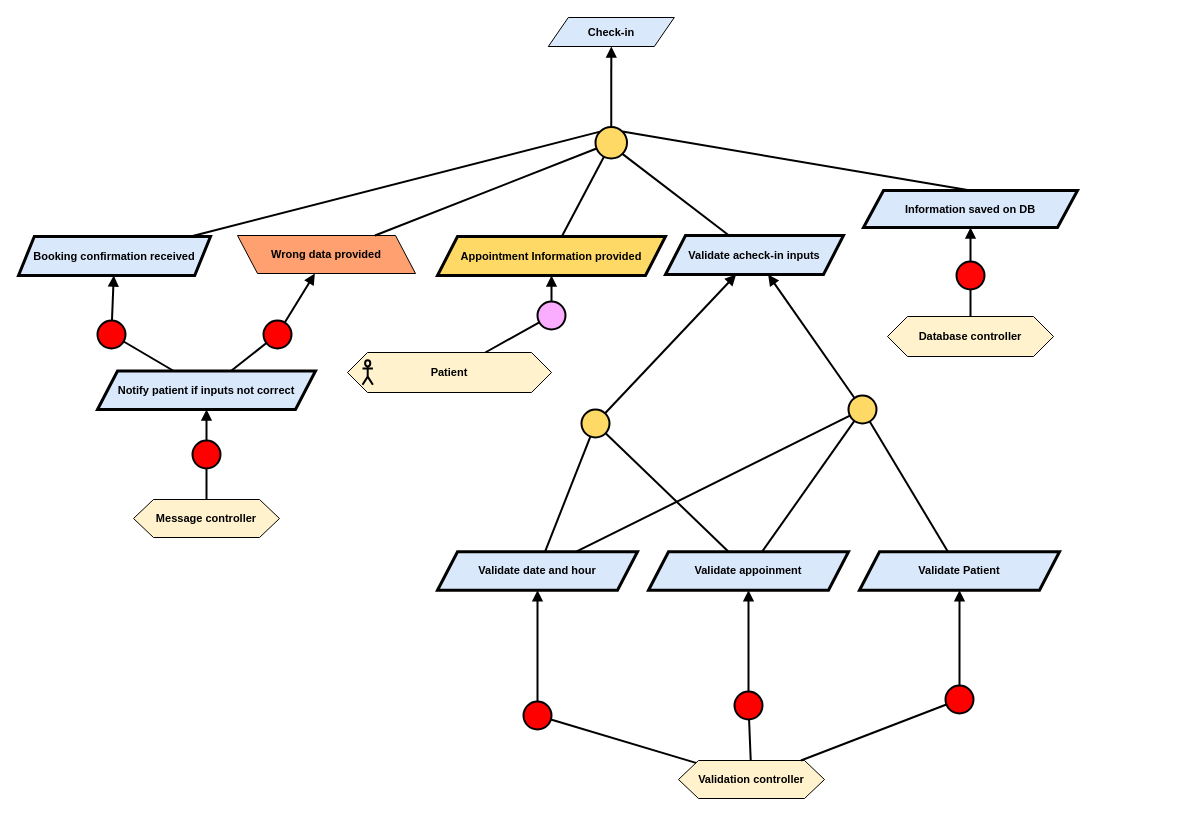
This is Kaos/KAOS 5.drawio from RafaelCMira/myclinic-msp-project, a draw.io file, before an edit. Source tidied: cells renumbered, new cells numbered last; positions are measured from the earlier drawing's top-left corner, leaving out a move shared by most shapes. Both pictures are drawn from the tidied source at 100%, with x=0, y=0 at pixel (18, 17).
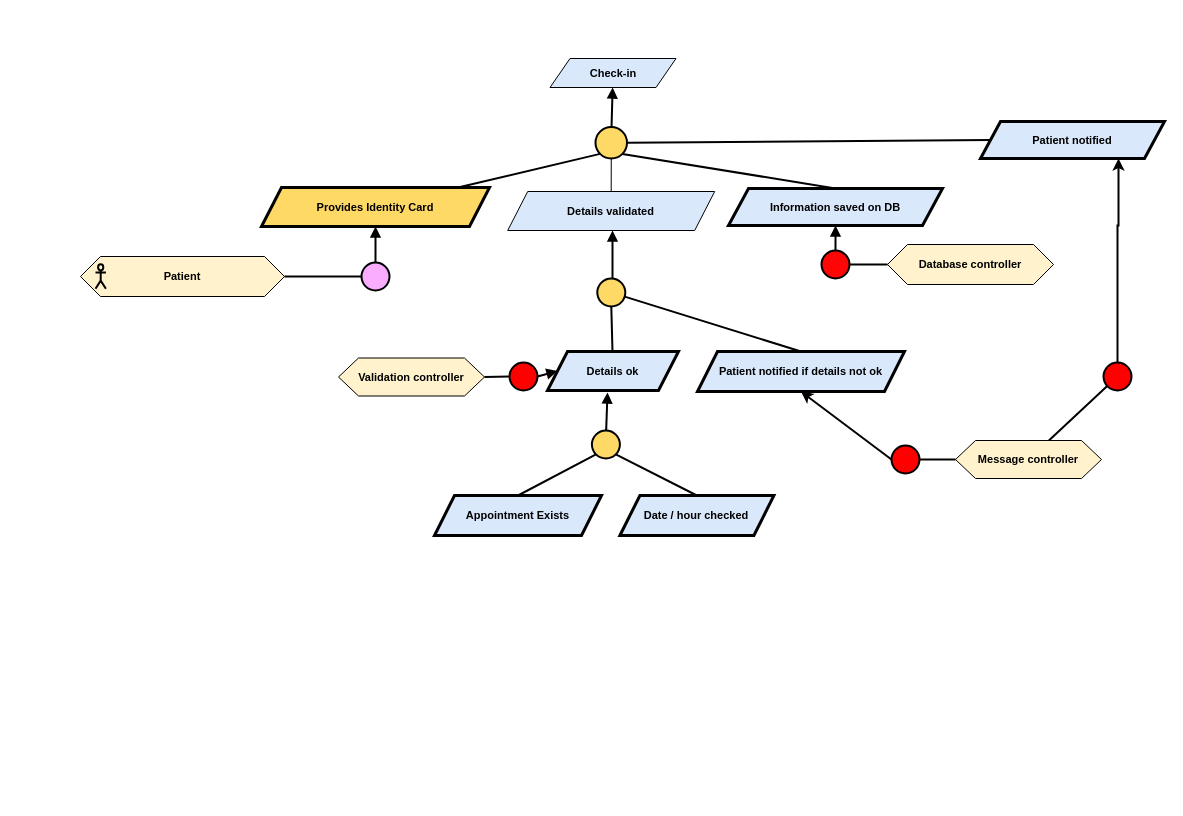
The same diagram, later.

Commit message (it also covers changes not shown here):
KAOS 4 & 5 Reworked

Unchanged cells that the change refers to:
```xml
<mxCell id="13" style="ellipse;whiteSpace=wrap;html=1;fillColor=#FFD966;strokeWidth=2;" parent="1" vertex="1">
  <mxGeometry x="577" y="109.5" width="31.5" height="31.5" as="geometry" />
</mxCell>
```

Change to the diagram source:
```diff
@@
-    <mxCell id="2" value="&lt;div&gt;&lt;b&gt;Validation controller&lt;/b&gt;&lt;/div&gt;" style="shape=hexagon;perimeter=hexagonPerimeter2;whiteSpace=wrap;html=1;fixedSize=1;fillColor=#FFF2CC;fontFamily=Helvetica;fontSize=11;fontColor=default;labelBackgroundColor=none;" parent="1" vertex="1">
-      <mxGeometry x="660" y="743" width="146" height="38" as="geometry" />
-    </mxCell>
-    <mxCell id="3" value="&lt;div&gt;&lt;b&gt;Message controller&lt;/b&gt;&lt;/div&gt;" style="shape=hexagon;perimeter=hexagonPerimeter2;whiteSpace=wrap;html=1;fixedSize=1;fillColor=#FFF2CC;fontFamily=Helvetica;fontSize=11;fontColor=default;labelBackgroundColor=none;" parent="1" vertex="1">
-      <mxGeometry x="115" y="482" width="146" height="38" as="geometry" />
-    </mxCell>
-    <mxCell id="4" value="&lt;b&gt;Booking confirmation received&lt;/b&gt;" style="shape=parallelogram;perimeter=parallelogramPerimeter;whiteSpace=wrap;html=1;fixedSize=1;fillColor=#dae8fc;strokeColor=#000000;strokeWidth=3;fontFamily=Helvetica;fontSize=11;fontColor=default;labelBackgroundColor=none;size=15.809148879277927;" parent="1" vertex="1">
-      <mxGeometry y="219" width="192" height="39" as="geometry" />
-    </mxCell>
-    <mxCell id="5" value="&lt;b&gt;Appointment Information provided&lt;/b&gt;" style="shape=parallelogram;perimeter=parallelogramPerimeter;whiteSpace=wrap;html=1;fixedSize=1;fillColor=#FFD966;strokeColor=#000000;strokeWidth=3;fontFamily=Helvetica;fontSize=11;fontColor=default;labelBackgroundColor=none;" parent="1" vertex="1">
-      <mxGeometry x="419" y="219" width="228" height="39" as="geometry" />
+    <mxCell id="5" value="&lt;b&gt;Provides Identity Card&lt;/b&gt;" style="shape=parallelogram;perimeter=parallelogramPerimeter;whiteSpace=wrap;html=1;fixedSize=1;fillColor=#FFD966;strokeColor=#000000;strokeWidth=3;fontFamily=Helvetica;fontSize=11;fontColor=default;labelBackgroundColor=none;" parent="1" vertex="1">
+      <mxGeometry x="243" y="170" width="228" height="39" as="geometry" />
     </mxCell>
-    <mxCell id="6" value="&lt;b&gt;Validate acheck-in inputs&lt;/b&gt;" style="shape=parallelogram;perimeter=parallelogramPerimeter;whiteSpace=wrap;html=1;fixedSize=1;fillColor=#dae8fc;strokeColor=#000000;strokeWidth=3;fontFamily=Helvetica;fontSize=11;fontColor=default;labelBackgroundColor=none;" parent="1" vertex="1">
-      <mxGeometry x="647" y="218" width="178" height="39" as="geometry" />
-    </mxCell>
     <mxCell id="7" style="group;fontFamily=Helvetica;fontSize=11;fontColor=default;labelBackgroundColor=default;" parent="1" vertex="1">
-      <mxGeometry x="329" y="335" width="204" height="40" as="geometry" />
+      <mxGeometry x="62" y="239" width="204" height="40" as="geometry" />
     </mxCell>
@@
     <mxCell id="10" style="ellipse;whiteSpace=wrap;html=1;fillColor=#FAADFF;strokeWidth=2;fontFamily=Helvetica;fontSize=11;fontColor=default;labelBackgroundColor=default;" parent="1" vertex="1">
-      <mxGeometry x="519" y="284" width="28" height="28" as="geometry" />
+      <mxGeometry x="343" y="245" width="28" height="28" as="geometry" />
     </mxCell>
@@
-    <mxCell id="14" style="endArrow=none;html=1;rounded=0;strokeWidth=2;" parent="1" edge="1" source="5" target="13">
+    <mxCell id="14" style="endArrow=none;html=1;rounded=0;strokeWidth=2;entryX=0;entryY=1;entryDx=0;entryDy=0;" parent="1" edge="1" source="5" target="13">
       <mxGeometry relative="1" as="geometry" />
     </mxCell>
-    <mxCell id="15" style="endArrow=none;html=1;rounded=0;entryX=1;entryY=1;entryDx=0;entryDy=0;strokeWidth=2;" parent="1" edge="1" source="6" target="13">
-      <mxGeometry relative="1" as="geometry" />
-    </mxCell>
-    <mxCell id="16" style="endArrow=none;html=1;rounded=0;strokeWidth=2;exitX=0;exitY=0;exitDx=0;exitDy=0;" parent="1" edge="1" source="13" target="4">
-      <mxGeometry relative="1" as="geometry" />
-    </mxCell>
-    <mxCell id="17" style="ellipse;whiteSpace=wrap;html=1;fillColor=#FF0000;strokeWidth=2;" parent="1" vertex="1">
-      <mxGeometry x="79" y="303" width="28" height="28" as="geometry" />
-    </mxCell>
-    <mxCell id="18" style="endArrow=block;html=1;rounded=0;endFill=1;strokeWidth=2;" parent="1" edge="1" source="17" target="4">
-      <mxGeometry relative="1" as="geometry" />
-    </mxCell>
-    <mxCell id="19" style="endArrow=none;html=1;rounded=0;strokeWidth=2;" parent="1" edge="1" source="37" target="17">
-      <mxGeometry relative="1" as="geometry" />
-    </mxCell>
-    <mxCell id="20" value="&lt;b&gt;Validate date and hour&lt;/b&gt;" style="shape=parallelogram;perimeter=parallelogramPerimeter;whiteSpace=wrap;html=1;fixedSize=1;fillColor=#dae8fc;strokeColor=#000000;strokeWidth=3;fontFamily=Helvetica;fontSize=11;fontColor=default;labelBackgroundColor=none;" parent="1" vertex="1">
-      <mxGeometry x="419" y="534.2" width="200" height="38.5" as="geometry" />
-    </mxCell>
-    <mxCell id="21" value="&lt;b&gt;Validate appoinment&lt;/b&gt;" style="shape=parallelogram;perimeter=parallelogramPerimeter;whiteSpace=wrap;html=1;fixedSize=1;fillColor=#dae8fc;strokeColor=#000000;strokeWidth=3;fontFamily=Helvetica;fontSize=11;fontColor=default;labelBackgroundColor=none;" parent="1" vertex="1">
-      <mxGeometry x="630" y="534.2" width="200" height="38.5" as="geometry" />
-    </mxCell>
-    <mxCell id="22" style="ellipse;whiteSpace=wrap;html=1;fillColor=#FFD966;strokeWidth=2;" parent="1" vertex="1">
-      <mxGeometry x="563" y="392" width="28" height="28" as="geometry" />
-    </mxCell>
-    <mxCell id="23" style="endArrow=none;html=1;rounded=0;strokeWidth=2;" parent="1" edge="1" source="20" target="22">
-      <mxGeometry relative="1" as="geometry" />
-    </mxCell>
-    <mxCell id="24" style="endArrow=none;html=1;rounded=0;strokeWidth=2;" parent="1" edge="1" source="21" target="22">
-      <mxGeometry relative="1" as="geometry" />
-    </mxCell>
-    <mxCell id="25" value="&lt;b&gt;Validate Patient&lt;/b&gt;" style="shape=parallelogram;perimeter=parallelogramPerimeter;whiteSpace=wrap;html=1;fixedSize=1;fillColor=#dae8fc;strokeColor=#000000;strokeWidth=3;fontFamily=Helvetica;fontSize=11;fontColor=default;labelBackgroundColor=none;" parent="1" vertex="1">
-      <mxGeometry x="841" y="534.2" width="200" height="38.5" as="geometry" />
-    </mxCell>
-    <mxCell id="26" style="endArrow=none;html=1;rounded=0;strokeWidth=2;" parent="1" edge="1" source="25" target="38">
-      <mxGeometry relative="1" as="geometry" />
-    </mxCell>
-    <mxCell id="27" style="endArrow=block;html=1;rounded=0;endFill=1;strokeWidth=2;" parent="1" edge="1" source="22" target="6">
-      <mxGeometry relative="1" as="geometry" />
-    </mxCell>
-    <mxCell id="28" style="ellipse;whiteSpace=wrap;html=1;fillColor=#FF0000;strokeWidth=2;" parent="1" vertex="1">
-      <mxGeometry x="505" y="684" width="28" height="28" as="geometry" />
-    </mxCell>
-    <mxCell id="29" style="endArrow=block;html=1;rounded=0;endFill=1;strokeWidth=2;" parent="1" edge="1" source="28" target="20">
-      <mxGeometry relative="1" as="geometry" />
-    </mxCell>
-    <mxCell id="30" style="endArrow=none;html=1;rounded=0;strokeWidth=2;" parent="1" edge="1" source="2" target="28">
-      <mxGeometry relative="1" as="geometry" />
-    </mxCell>
-    <mxCell id="31" style="ellipse;whiteSpace=wrap;html=1;fillColor=#FF0000;strokeWidth=2;" parent="1" vertex="1">
-      <mxGeometry x="716" y="674" width="28" height="28" as="geometry" />
-    </mxCell>
-    <mxCell id="32" style="endArrow=block;html=1;rounded=0;endFill=1;strokeWidth=2;" parent="1" edge="1" source="31" target="21">
-      <mxGeometry relative="1" as="geometry" />
-    </mxCell>
-    <mxCell id="33" style="endArrow=none;html=1;rounded=0;strokeWidth=2;" parent="1" edge="1" source="2" target="31">
-      <mxGeometry relative="1" as="geometry" />
-    </mxCell>
-    <mxCell id="34" style="ellipse;whiteSpace=wrap;html=1;fillColor=#FF0000;strokeWidth=2;" parent="1" vertex="1">
-      <mxGeometry x="927" y="668" width="28" height="28" as="geometry" />
-    </mxCell>
-    <mxCell id="35" style="endArrow=block;html=1;rounded=0;endFill=1;strokeWidth=2;" parent="1" edge="1" source="34" target="25">
-      <mxGeometry relative="1" as="geometry" />
-    </mxCell>
-    <mxCell id="36" style="endArrow=none;html=1;rounded=0;strokeWidth=2;" parent="1" edge="1" source="2" target="34">
-      <mxGeometry relative="1" as="geometry" />
-    </mxCell>
-    <mxCell id="37" value="&lt;b&gt;Notify patient if inputs not correct&lt;/b&gt;" style="shape=parallelogram;perimeter=parallelogramPerimeter;whiteSpace=wrap;html=1;fixedSize=1;fillColor=#dae8fc;strokeColor=#000000;strokeWidth=3;fontFamily=Helvetica;fontSize=11;fontColor=default;labelBackgroundColor=none;" parent="1" vertex="1">
-      <mxGeometry x="79" y="353.5" width="218" height="38.5" as="geometry" />
-    </mxCell>
-    <mxCell id="38" style="ellipse;whiteSpace=wrap;html=1;fillColor=#FFD966;strokeWidth=2;" parent="1" vertex="1">
-      <mxGeometry x="830" y="378" width="28" height="28" as="geometry" />
-    </mxCell>
-    <mxCell id="39" style="endArrow=block;html=1;rounded=0;endFill=1;strokeWidth=2;" parent="1" edge="1" source="38" target="6">
-      <mxGeometry relative="1" as="geometry" />
-    </mxCell>
-    <mxCell id="40" style="endArrow=none;html=1;rounded=0;strokeWidth=2;" parent="1" edge="1" source="21" target="38">
-      <mxGeometry relative="1" as="geometry" />
-    </mxCell>
-    <mxCell id="41" style="endArrow=none;html=1;rounded=0;strokeWidth=2;" parent="1" edge="1" source="20" target="38">
-      <mxGeometry relative="1" as="geometry" />
-    </mxCell>
     <mxCell id="42" value="&lt;b&gt;Information saved on DB&lt;/b&gt;" style="shape=parallelogram;perimeter=parallelogramPerimeter;whiteSpace=wrap;html=1;fixedSize=1;fillColor=#dae8fc;strokeColor=#000000;strokeWidth=3;fontFamily=Helvetica;fontSize=11;fontColor=default;labelBackgroundColor=none;" parent="1" vertex="1">
-      <mxGeometry x="845" y="173" width="214" height="37" as="geometry" />
+      <mxGeometry x="710" y="171" width="214" height="37" as="geometry" />
     </mxCell>
-    <mxCell id="43" style="endArrow=none;html=1;rounded=0;strokeWidth=2;entryX=1;entryY=0;entryDx=0;entryDy=0;exitX=0.5;exitY=0;exitDx=0;exitDy=0;" parent="1" edge="1" source="42" target="13">
+    <mxCell id="43" style="endArrow=none;html=1;rounded=0;strokeWidth=2;entryX=1;entryY=1;entryDx=0;entryDy=0;exitX=0.5;exitY=0;exitDx=0;exitDy=0;" parent="1" edge="1" source="42" target="13">
       <mxGeometry relative="1" as="geometry" />
     </mxCell>
     <mxCell id="44" value="&lt;div&gt;&lt;b&gt;Database controller&lt;/b&gt;&lt;/div&gt;" style="shape=hexagon;perimeter=hexagonPerimeter2;whiteSpace=wrap;html=1;fixedSize=1;fillColor=#FFF2CC;fontFamily=Helvetica;fontSize=11;fontColor=default;labelBackgroundColor=none;" parent="1" vertex="1">
-      <mxGeometry x="869" y="299" width="166" height="40" as="geometry" />
+      <mxGeometry x="869" y="227" width="166" height="40" as="geometry" />
     </mxCell>
     <mxCell id="45" style="ellipse;whiteSpace=wrap;html=1;fillColor=#FF0505;strokeWidth=2;fontFamily=Helvetica;fontSize=11;fontColor=default;labelBackgroundColor=default;" parent="1" vertex="1">
-      <mxGeometry x="938" y="244" width="28" height="28" as="geometry" />
+      <mxGeometry x="803" y="233" width="28" height="28" as="geometry" />
     </mxCell>
@@
-    <mxCell id="48" value="Wrong data provided" style="shape=parallelogram;perimeter=parallelogramPerimeter;whiteSpace=wrap;html=1;fixedSize=1;fillColor=#FFA070;fontStyle=1;fontFamily=Helvetica;fontSize=11;fontColor=default;labelBackgroundColor=none;flipH=1;flipV=0;" parent="1" vertex="1">
-      <mxGeometry x="219" y="218" width="178" height="38" as="geometry" />
-    </mxCell>
-    <mxCell id="49" style="endArrow=none;html=1;rounded=0;strokeWidth=2;" parent="1" edge="1" source="13" target="48">
-      <mxGeometry relative="1" as="geometry" />
-    </mxCell>
-    <mxCell id="50" style="ellipse;whiteSpace=wrap;html=1;fillColor=#FF0000;strokeWidth=2;" parent="1" vertex="1">
-      <mxGeometry x="245" y="303" width="28" height="28" as="geometry" />
-    </mxCell>
-    <mxCell id="51" style="endArrow=block;html=1;rounded=0;endFill=1;strokeWidth=2;" parent="1" edge="1" source="50" target="48">
-      <mxGeometry relative="1" as="geometry" />
-    </mxCell>
-    <mxCell id="52" style="endArrow=none;html=1;rounded=0;strokeWidth=2;" parent="1" edge="1" source="37" target="50">
-      <mxGeometry relative="1" as="geometry" />
-    </mxCell>
-    <mxCell id="53" style="ellipse;whiteSpace=wrap;html=1;fillColor=#FF0000;strokeWidth=2;" parent="1" vertex="1">
-      <mxGeometry x="174" y="423" width="28" height="28" as="geometry" />
-    </mxCell>
-    <mxCell id="54" style="endArrow=block;html=1;rounded=0;endFill=1;strokeWidth=2;" parent="1" edge="1" source="53" target="37">
-      <mxGeometry relative="1" as="geometry" />
-    </mxCell>
-    <mxCell id="55" style="endArrow=none;html=1;rounded=0;strokeWidth=2;" parent="1" edge="1" source="3" target="53">
-      <mxGeometry relative="1" as="geometry" />
-    </mxCell>
@@
     <mxCell id="57" value="&lt;b&gt;Check-in&lt;/b&gt;" style="shape=parallelogram;perimeter=parallelogramPerimeter;whiteSpace=wrap;html=1;fixedSize=1;fillColor=#dae8fc;strokeColor=#000000;fontFamily=Helvetica;fontSize=11;fontColor=default;labelBackgroundColor=none;" parent="1" vertex="1">
-      <mxGeometry x="529.8" width="126" height="29" as="geometry" />
+      <mxGeometry x="531.5" y="41" width="126" height="29" as="geometry" />
     </mxCell>
+    <mxCell id="58" value="&lt;b&gt;Details validated&lt;/b&gt;" style="shape=parallelogram;perimeter=parallelogramPerimeter;whiteSpace=wrap;html=1;fixedSize=1;fillColor=#dae8fc;strokeColor=#000000;fontFamily=Helvetica;fontSize=11;fontColor=default;labelBackgroundColor=none;" parent="1" vertex="1">
+      <mxGeometry x="489.2" y="174" width="207" height="39" as="geometry" />
+    </mxCell>
+    <mxCell id="59" style="endArrow=none;html=1;rounded=0;exitX=0.5;exitY=0;exitDx=0;exitDy=0;entryX=0.5;entryY=1;entryDx=0;entryDy=0;" parent="1" edge="1" source="58" target="13">
+      <mxGeometry relative="1" as="geometry" />
+    </mxCell>
+    <mxCell id="2" value="&lt;div&gt;&lt;b&gt;Validation controller&lt;/b&gt;&lt;/div&gt;" style="shape=hexagon;perimeter=hexagonPerimeter2;whiteSpace=wrap;html=1;fixedSize=1;fillColor=#FFF2CC;fontFamily=Helvetica;fontSize=11;fontColor=default;labelBackgroundColor=none;" parent="1" vertex="1">
+      <mxGeometry x="320" y="340.5" width="146" height="38" as="geometry" />
+    </mxCell>
+    <mxCell id="60" style="endArrow=none;html=1;rounded=0;strokeWidth=2;exitX=0;exitY=1;exitDx=0;exitDy=0;entryX=0.5;entryY=0;entryDx=0;entryDy=0;" parent="1" edge="1" source="61" target="69">
+      <mxGeometry relative="1" as="geometry" />
+    </mxCell>
+    <mxCell id="61" style="ellipse;whiteSpace=wrap;html=1;fillColor=#FFD966;strokeWidth=2;" parent="1" vertex="1">
+      <mxGeometry x="573.4" y="413" width="28" height="28" as="geometry" />
+    </mxCell>
+    <mxCell id="62" style="endArrow=block;html=1;rounded=0;endFill=1;strokeWidth=2;entryX=0.458;entryY=1.051;entryDx=0;entryDy=0;entryPerimeter=0;" parent="1" edge="1" source="61" target="63">
+      <mxGeometry relative="1" as="geometry" />
+    </mxCell>
+    <mxCell id="63" value="&lt;b&gt;Details ok&lt;/b&gt;" style="shape=parallelogram;perimeter=parallelogramPerimeter;whiteSpace=wrap;html=1;fixedSize=1;fillColor=#dae8fc;strokeColor=#000000;strokeWidth=3;fontFamily=Helvetica;fontSize=11;fontColor=default;labelBackgroundColor=none;" parent="1" vertex="1">
+      <mxGeometry x="529" y="334" width="131" height="39" as="geometry" />
+    </mxCell>
+    <mxCell id="64" value="&lt;b&gt;Patient notified if details not ok&lt;/b&gt;" style="shape=parallelogram;perimeter=parallelogramPerimeter;whiteSpace=wrap;html=1;fixedSize=1;fillColor=#dae8fc;strokeColor=#000000;strokeWidth=3;fontFamily=Helvetica;fontSize=11;fontColor=default;labelBackgroundColor=none;" parent="1" vertex="1">
+      <mxGeometry x="679" y="334" width="207" height="40" as="geometry" />
+    </mxCell>
+    <mxCell id="65" style="ellipse;whiteSpace=wrap;html=1;fillColor=#FF0000;strokeWidth=2;" parent="1" vertex="1">
+      <mxGeometry x="491" y="345" width="28" height="28" as="geometry" />
+    </mxCell>
+    <mxCell id="66" style="endArrow=none;html=1;rounded=0;strokeWidth=2;exitX=1;exitY=0.5;exitDx=0;exitDy=0;entryX=0;entryY=0.5;entryDx=0;entryDy=0;" parent="1" edge="1" source="2" target="65">
+      <mxGeometry relative="1" as="geometry" />
+    </mxCell>
+    <mxCell id="67" style="endArrow=block;html=1;rounded=0;endFill=1;strokeWidth=2;entryX=0;entryY=0.5;entryDx=0;entryDy=0;exitX=1;exitY=0.5;exitDx=0;exitDy=0;" parent="1" edge="1" source="65" target="63">
+      <mxGeometry relative="1" as="geometry" />
+    </mxCell>
+    <mxCell id="68" value="&lt;b&gt;Date / hour checked&lt;/b&gt;" style="shape=parallelogram;perimeter=parallelogramPerimeter;whiteSpace=wrap;html=1;fixedSize=1;fillColor=#dae8fc;strokeColor=#000000;fontFamily=Helvetica;fontSize=11;fontColor=default;labelBackgroundColor=none;strokeWidth=3;" parent="1" vertex="1">
+      <mxGeometry x="601.4" y="478" width="154" height="40" as="geometry" />
+    </mxCell>
+    <mxCell id="69" value="&lt;b&gt;Appointment Exists&lt;/b&gt;" style="shape=parallelogram;perimeter=parallelogramPerimeter;whiteSpace=wrap;html=1;fixedSize=1;fillColor=#dae8fc;strokeColor=#000000;fontFamily=Helvetica;fontSize=11;fontColor=default;labelBackgroundColor=none;strokeWidth=3;" parent="1" vertex="1">
+      <mxGeometry x="416" y="478" width="167" height="40" as="geometry" />
+    </mxCell>
+    <mxCell id="3" value="&lt;div&gt;&lt;b&gt;Message controller&lt;/b&gt;&lt;/div&gt;" style="shape=hexagon;perimeter=hexagonPerimeter2;whiteSpace=wrap;html=1;fixedSize=1;fillColor=#FFF2CC;fontFamily=Helvetica;fontSize=11;fontColor=default;labelBackgroundColor=none;" parent="1" vertex="1">
+      <mxGeometry x="937" y="423" width="146" height="38" as="geometry" />
+    </mxCell>
+    <mxCell id="70" style="ellipse;whiteSpace=wrap;html=1;fillColor=#FF0000;strokeWidth=2;" parent="1" vertex="1">
+      <mxGeometry x="873" y="428" width="28" height="28" as="geometry" />
+    </mxCell>
+    <mxCell id="71" style="endArrow=none;html=1;rounded=0;strokeWidth=2;" parent="1" edge="1" source="3" target="70">
+      <mxGeometry relative="1" as="geometry" />
+    </mxCell>
+    <mxCell id="72" style="ellipse;whiteSpace=wrap;html=1;fillColor=#FF0000;strokeWidth=2;" parent="1" vertex="1">
+      <mxGeometry x="1085" y="345" width="28" height="28" as="geometry" />
+    </mxCell>
+    <mxCell id="73" style="endArrow=none;html=1;rounded=0;strokeWidth=2;" parent="1" edge="1" source="3" target="72">
+      <mxGeometry relative="1" as="geometry" />
+    </mxCell>
+    <mxCell id="74" style="endArrow=none;html=1;rounded=0;strokeWidth=2;exitX=1;exitY=1;exitDx=0;exitDy=0;entryX=0.5;entryY=0;entryDx=0;entryDy=0;" parent="1" edge="1" source="61" target="68">
+      <mxGeometry relative="1" as="geometry" />
+    </mxCell>
+    <mxCell id="75" style="endArrow=classic;html=1;rounded=0;entryX=0.5;entryY=1;entryDx=0;entryDy=0;exitX=0;exitY=0.5;exitDx=0;exitDy=0;strokeWidth=2;" parent="1" edge="1" source="70" target="64">
+      <mxGeometry relative="1" as="geometry" />
+    </mxCell>
+    <mxCell id="76" style="endArrow=block;html=1;rounded=0;endFill=1;strokeWidth=2;" parent="1" edge="1">
+      <mxGeometry relative="1" as="geometry">
+        <mxPoint x="594" y="261" as="sourcePoint" />
+        <mxPoint x="594" y="213" as="targetPoint" />
+      </mxGeometry>
+    </mxCell>
+    <mxCell id="77" style="ellipse;whiteSpace=wrap;html=1;fillColor=#FFD966;strokeWidth=2;" parent="1" vertex="1">
+      <mxGeometry x="578.8" y="261" width="28" height="28" as="geometry" />
+    </mxCell>
+    <mxCell id="78" style="endArrow=none;html=1;rounded=0;entryX=0.5;entryY=1;entryDx=0;entryDy=0;strokeWidth=2;" parent="1" edge="1" source="63" target="77">
+      <mxGeometry relative="1" as="geometry" />
+    </mxCell>
+    <mxCell id="79" style="endArrow=none;html=1;rounded=0;entryX=0.5;entryY=0;entryDx=0;entryDy=0;strokeWidth=2;" parent="1" edge="1" source="77" target="64">
+      <mxGeometry relative="1" as="geometry" />
+    </mxCell>
+    <mxCell id="80" value="&lt;b&gt;Patient notified&lt;/b&gt;" style="shape=parallelogram;perimeter=parallelogramPerimeter;whiteSpace=wrap;html=1;fixedSize=1;fillColor=#dae8fc;strokeColor=#000000;strokeWidth=3;fontFamily=Helvetica;fontSize=11;fontColor=default;labelBackgroundColor=none;" parent="1" vertex="1">
+      <mxGeometry x="962" y="104" width="184" height="37" as="geometry" />
+    </mxCell>
+    <mxCell id="81" style="edgeStyle=orthogonalEdgeStyle;rounded=0;jettySize=auto;html=1;exitX=0.5;exitY=0;exitDx=0;exitDy=0;entryX=0.75;entryY=1;entryDx=0;entryDy=0;strokeWidth=2;" parent="1" edge="1" source="72" target="80">
+      <mxGeometry relative="1" as="geometry">
+        <Array as="points">
+          <mxPoint x="1099" y="208" />
+        </Array>
+      </mxGeometry>
+    </mxCell>
+    <mxCell id="82" style="endArrow=none;html=1;rounded=0;strokeWidth=2;entryX=1;entryY=0.5;entryDx=0;entryDy=0;exitX=0;exitY=0.5;exitDx=0;exitDy=0;" parent="1" edge="1" source="80" target="13">
+      <mxGeometry relative="1" as="geometry" />
+    </mxCell>
```
